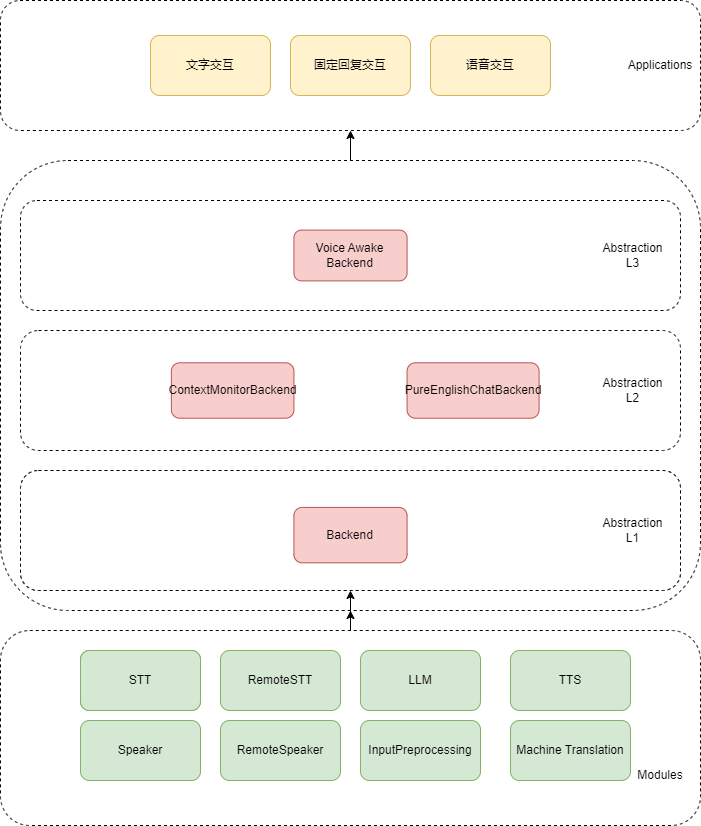
Before: arch/stack of tech.png, a diagram exported from draw.io (480284856/AsyncAudioChat). Source tidied: cells renumbered, new cells last; positions are measured from the earlier drawing's top-left corner, leaving out a move shared by most shapes.
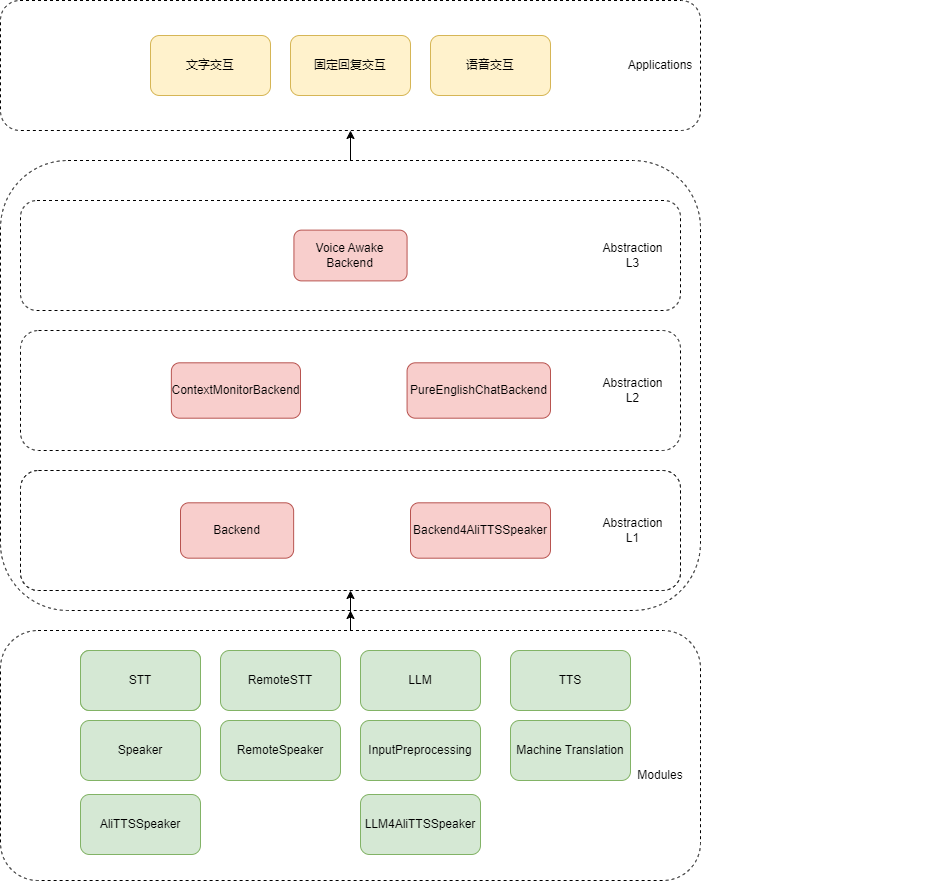
After the change.

Commit message:
增加新组件：AliTTSSpeaker，拥有更加高质量的语音音色。

Change to the diagram source:
```diff
@@ -18,7 +18,7 @@
       <mxGeometry relative="1" as="geometry" />
     </mxCell>
     <mxCell id="7" style="rounded=1;whiteSpace=wrap;html=1;dashed=1;" parent="1" vertex="1">
-      <mxGeometry y="630" width="700" height="195" as="geometry" />
+      <mxGeometry y="630" width="700" height="250" as="geometry" />
     </mxCell>
     <mxCell id="8" value="STT" style="rounded=1;whiteSpace=wrap;html=1;fillColor=#d5e8d4;strokeColor=#82b366;" parent="1" vertex="1">
       <mxGeometry x="80" y="650" width="120" height="60" as="geometry" />
@@ -57,10 +57,10 @@
       <mxGeometry width="660" height="120" as="geometry" />
     </mxCell>
     <mxCell id="20" value="&lt;span style=&quot;text-align: left;&quot;&gt;&lt;font color=&quot;#000000&quot;&gt;ContextMonitorBackend&lt;/font&gt;&lt;/span&gt;" style="rounded=1;whiteSpace=wrap;html=1;fillColor=#f8cecc;strokeColor=#b85450;" parent="18" vertex="1">
-      <mxGeometry x="150.9" y="32.3" width="122.6" height="55.4" as="geometry" />
+      <mxGeometry x="150.9" y="32.3" width="129.1" height="55.4" as="geometry" />
     </mxCell>
     <mxCell id="21" value="PureEnglishChatBackend" style="rounded=1;whiteSpace=wrap;html=1;fillColor=#f8cecc;strokeColor=#b85450;fontColor=#000000;" parent="18" vertex="1">
-      <mxGeometry x="386.6" y="32.3" width="132" height="55.4" as="geometry" />
+      <mxGeometry x="386.6" y="32.3" width="143.4" height="55.4" as="geometry" />
     </mxCell>
     <mxCell id="22" value="Abstraction L2" style="text;html=1;align=center;verticalAlign=middle;whiteSpace=wrap;rounded=0;" parent="18" vertex="1">
       <mxGeometry x="575.1" y="46.2" width="75.4" height="27.7" as="geometry" />
@@ -93,11 +93,14 @@
       <mxGeometry width="660" height="120" as="geometry" />
     </mxCell>
     <mxCell id="32" value="Backend" style="rounded=1;whiteSpace=wrap;html=1;fillColor=#f8cecc;strokeColor=#b85450;fontColor=#000000;" parent="30" vertex="1">
-      <mxGeometry x="273.4" y="36.9" width="113.1" height="55.4" as="geometry" />
+      <mxGeometry x="160" y="32.3" width="113.1" height="55.4" as="geometry" />
     </mxCell>
     <mxCell id="33" value="Abstraction L1" style="text;html=1;align=center;verticalAlign=middle;whiteSpace=wrap;rounded=0;" parent="30" vertex="1">
       <mxGeometry x="575.1" y="46.2" width="75.4" height="27.7" as="geometry" />
     </mxCell>
+    <mxCell id="40" value="&lt;span style=&quot;text-align: left;&quot;&gt;Backend4AliTTSSpeaker&lt;/span&gt;" style="rounded=1;whiteSpace=wrap;html=1;fillColor=#f8cecc;strokeColor=#b85450;fontColor=#000000;" parent="30" vertex="1">
+      <mxGeometry x="390" y="32.3" width="140" height="55.4" as="geometry" />
+    </mxCell>
     <mxCell id="34" value="STT" style="rounded=1;whiteSpace=wrap;html=1;fillColor=#d5e8d4;strokeColor=#82b366;fontColor=#000000;" parent="1" vertex="1">
       <mxGeometry x="80" y="650" width="120" height="60" as="geometry" />
     </mxCell>
@@ -116,5 +119,14 @@
     <mxCell id="39" value="RemoteSpeaker" style="rounded=1;whiteSpace=wrap;html=1;fillColor=#d5e8d4;strokeColor=#82b366;fontColor=#000000;" parent="1" vertex="1">
       <mxGeometry x="220" y="720" width="120" height="60" as="geometry" />
     </mxCell>
+    <mxCell id="41" value="AliTTSSpeaker" style="rounded=1;whiteSpace=wrap;html=1;fillColor=#d5e8d4;strokeColor=#82b366;fontColor=#000000;" parent="1" vertex="1">
+      <mxGeometry x="80" y="794" width="120" height="60" as="geometry" />
+    </mxCell>
+    <mxCell id="42" value="&lt;div style=&quot;line-height: 19px;&quot;&gt;LLM4AliTTSSpeaker&lt;/div&gt;" style="rounded=1;whiteSpace=wrap;html=1;fillColor=#d5e8d4;strokeColor=#82b366;fontColor=#000000;" parent="1" vertex="1">
+      <mxGeometry x="360" y="794" width="120" height="60" as="geometry" />
+    </mxCell>
+    <mxCell id="43" value="&lt;div style=&quot;color: rgb(214, 214, 221); background-color: rgb(24, 24, 24); font-family: Consolas, &amp;quot;Courier New&amp;quot;, monospace; font-weight: normal; font-size: 14px; line-height: 19px; white-space: pre;&quot;&gt;&lt;br&gt;&lt;/div&gt;" style="text;whiteSpace=wrap;html=1;" parent="1" vertex="1">
+      <mxGeometry x="750" y="630" width="200" height="40" as="geometry" />
+    </mxCell>
   </root>
 </mxGraphModel>
```
